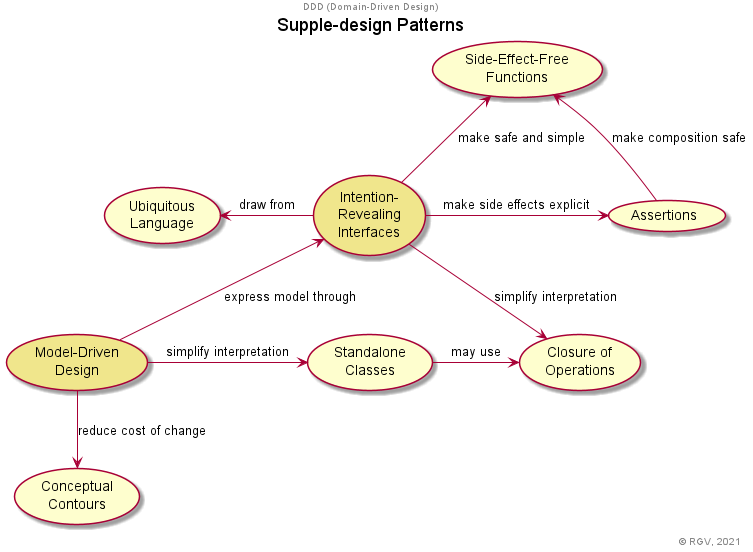
Before: DDD/SuppleDesignPatterns.png, a diagram exported from PlantUML (RicardoGuzmanVelasco/DomainModelling). Its diagram source:
```plantuml
@startuml
center header DDD (Domain-Driven Design)
title Supple-design Patterns
allowmixing

usecase "Model-Driven\nDesign" as MDD #khaki

    usecase "Intention-\nRevealing\nInterfaces" as IRI #khaki

        usecase "Ubiquitous\nLanguage" as UL

        usecase "Side-Effect-Free\nFunctions" as SEFF

        usecase Assertions

        usecase "Closure of\nOperations" as CoO

    usecase "Standalone\nClasses" as SC

    usecase "Conceptual\nContours" as CC


MDD -u-> IRI : express model through
    IRI -l-> UL : draw from
    IRI -u-> SEFF : make safe and simple
    IRI -r-> Assertions : make side effects explicit
        Assertions -u-> SEFF : make composition safe
    IRI -r-> CoO : simplify interpretation
MDD -r-> SC : simplify interpretation
    SC -r-> CoO : may use
MDD --> CC : reduce cost of change

right footer © RGV, 2021
@enduml
```
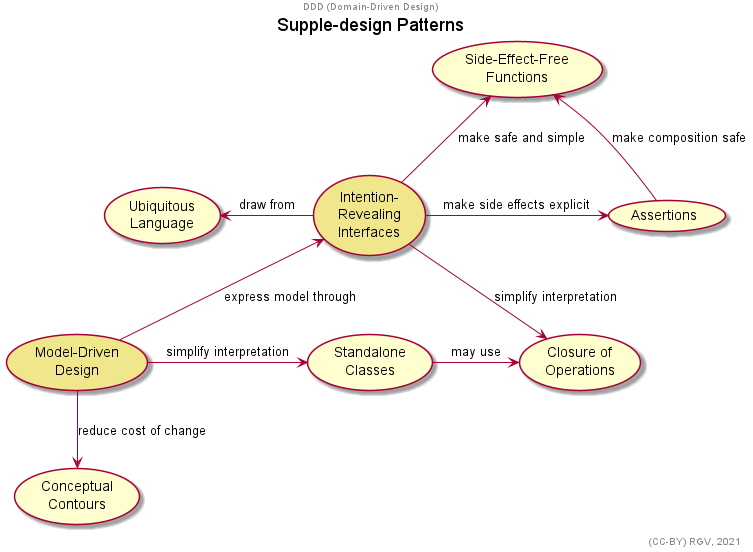
The same file after the commit.

What changed in the source:
```diff
@@ -30,5 +30,5 @@
     SC -r-> CoO : may use
 MDD --> CC : reduce cost of change
 
-right footer © RGV, 2021
+right footer (CC-BY) RGV, 2021
 @enduml
```
